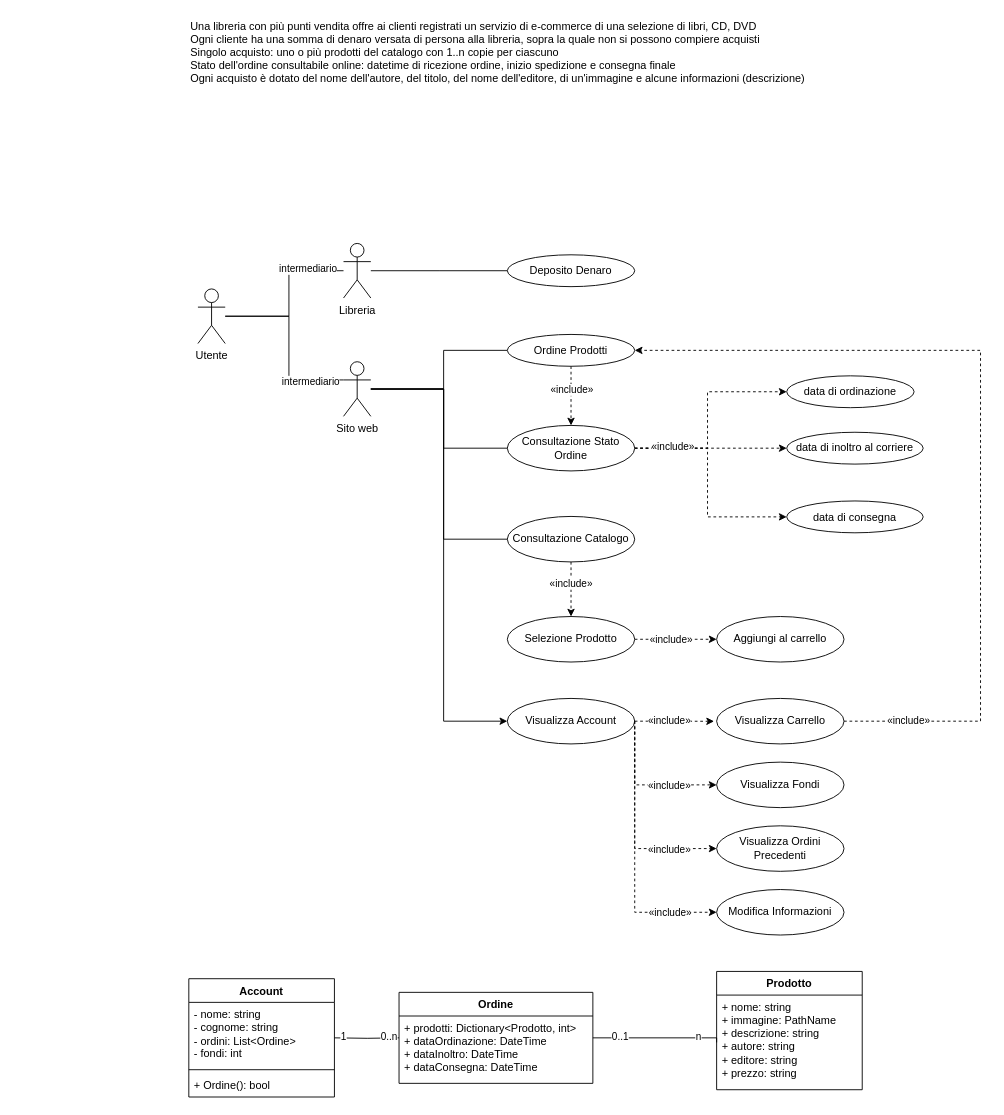
Above: UML_ECommerce.drawio in gifede/UML_6_10_2026 (draw.io), before the change. Source tidied: cells renumbered, new cells numbered last; positions are measured from the earlier drawing's top-left corner, leaving out a move shared by most shapes. Both pictures are drawn from the tidied source at 91%, with x=0, y=0 at pixel (188, 15).
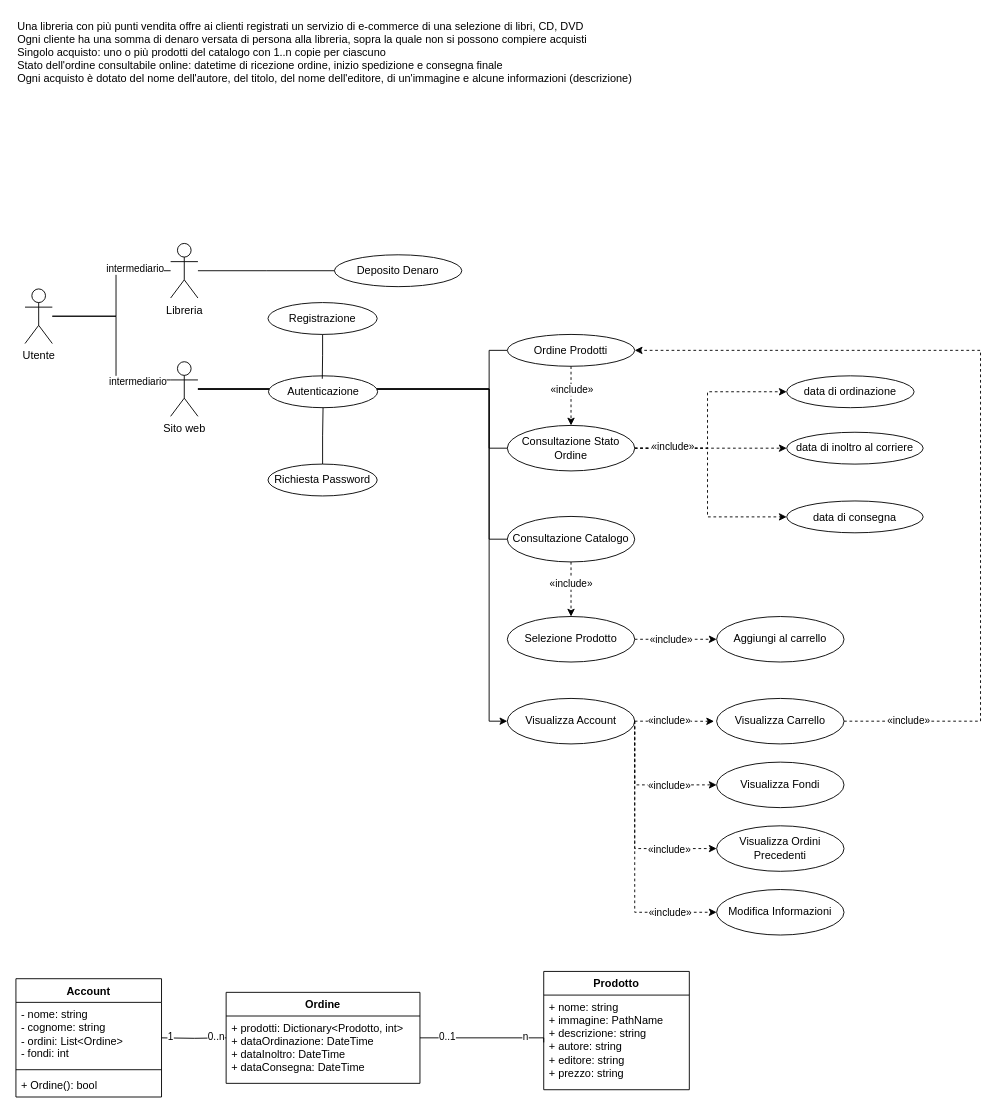
Above is the later version.

Unchanged cells that the change refers to:
```xml
<mxCell id="18" value="Ordine Prodotti" style="ellipse;whiteSpace=wrap;html=1;" parent="1" vertex="1">
  <mxGeometry x="350" y="350" width="140" height="35" as="geometry" />
</mxCell>
<mxCell id="23" value="Consultazione Stato Ordine" style="ellipse;whiteSpace=wrap;html=1;" parent="1" vertex="1">
  <mxGeometry x="350" y="450" width="140" height="50" as="geometry" />
</mxCell>
<mxCell id="26" value="Consultazione Catalogo" style="ellipse;whiteSpace=wrap;html=1;" parent="1" vertex="1">
  <mxGeometry x="350" y="550" width="140" height="50" as="geometry" />
</mxCell>
<mxCell id="28" value="&lt;div&gt;+ nome: string&lt;/div&gt;&lt;div&gt;+ immagine: PathName&lt;/div&gt;&lt;div&gt;+ descrizione: string&lt;/div&gt;&lt;div&gt;+ autore: string&lt;/div&gt;&lt;div&gt;+ editore: string&lt;/div&gt;&lt;div&gt;+ prezzo: string&lt;/div&gt;" style="text;strokeColor=none;fillColor=none;align=left;verticalAlign=top;spacingLeft=4;spacingRight=4;overflow=hidden;points=[[0,0.5],[1,0.5]];portConstraint=eastwest;whiteSpace=wrap;html=1;" parent="27" vertex="1">
  <mxGeometry y="26" width="160" height="104" as="geometry" />
</mxCell>
<mxCell id="50" value="Visualizza Account" style="ellipse;whiteSpace=wrap;html=1;" parent="1" vertex="1">
  <mxGeometry x="350" y="750" width="140" height="50" as="geometry" />
</mxCell>
```

What changed in the source:
```diff
@@
     <mxCell id="2" value="&lt;div align=&quot;left&quot;&gt;Una libreria con più punti vendita offre ai clienti registrati un servizio di e-commerce di una selezione di libri, CD, DVD&lt;/div&gt;&lt;div align=&quot;left&quot;&gt;Ogni cliente ha una somma di denaro versata di persona alla libreria, sopra la quale non si possono compiere acquisti&lt;/div&gt;&lt;div align=&quot;left&quot;&gt;Singolo acquisto: uno o più prodotti del catalogo con 1..n copie per ciascuno&lt;/div&gt;&lt;div align=&quot;left&quot;&gt;Stato dell'ordine consultabile online: datetime di ricezione ordine, inizio spedizione e consegna finale&lt;/div&gt;&lt;div align=&quot;left&quot;&gt;Ogni acquisto è dotato del nome dell'autore, del titolo, del nome dell'editore, di un'immagine e alcune informazioni (descrizione)&lt;/div&gt;" style="text;html=1;whiteSpace=wrap;strokeColor=none;fillColor=none;align=left;verticalAlign=middle;rounded=0;" parent="1" vertex="1">
-      <mxGeometry width="710" height="80" as="geometry" />
+      <mxGeometry x="-190" width="710" height="80" as="geometry" />
     </mxCell>
     <mxCell id="3" style="edgeStyle=orthogonalEdgeStyle;rounded=0;jettySize=auto;html=1;endArrow=none;endFill=0;" parent="1" edge="1" source="7" target="14">
       <mxGeometry relative="1" as="geometry">
         <Array as="points">
-          <mxPoint x="110" y="330" />
-          <mxPoint x="110" y="280" />
+          <mxPoint x="-80" y="330" />
+          <mxPoint x="-80" y="280" />
         </Array>
       </mxGeometry>
     </mxCell>
@@
     <mxCell id="5" style="edgeStyle=orthogonalEdgeStyle;rounded=0;jettySize=auto;html=1;endArrow=none;endFill=0;" parent="1" edge="1" source="7" target="12">
       <mxGeometry relative="1" as="geometry">
         <Array as="points">
-          <mxPoint x="110" y="330" />
-          <mxPoint x="110" y="400" />
+          <mxPoint x="-80" y="330" />
+          <mxPoint x="-80" y="400" />
         </Array>
       </mxGeometry>
     </mxCell>
@@
     <mxCell id="7" value="Utente" style="shape=umlActor;verticalLabelPosition=bottom;verticalAlign=top;html=1;" parent="1" vertex="1">
-      <mxGeometry x="10" y="300" width="30" height="60" as="geometry" />
+      <mxGeometry x="-180" y="300" width="30" height="60" as="geometry" />
     </mxCell>
     <mxCell id="8" style="edgeStyle=orthogonalEdgeStyle;rounded=0;jettySize=auto;html=1;entryX=0;entryY=0.5;entryDx=0;entryDy=0;endArrow=none;endFill=0;" parent="1" edge="1" source="12" target="18">
       <mxGeometry relative="1" as="geometry">
         <Array as="points">
-          <mxPoint x="280" y="410" />
-          <mxPoint x="280" y="367.5" />
+          <mxPoint x="330" y="410" />
+          <mxPoint x="330" y="367.5" />
         </Array>
       </mxGeometry>
     </mxCell>
     <mxCell id="9" style="edgeStyle=orthogonalEdgeStyle;rounded=0;jettySize=auto;html=1;entryX=0;entryY=0.5;entryDx=0;entryDy=0;endArrow=none;endFill=0;" parent="1" edge="1" source="12" target="23">
       <mxGeometry relative="1" as="geometry">
         <Array as="points">
-          <mxPoint x="280" y="410" />
-          <mxPoint x="280" y="475" />
+          <mxPoint x="330" y="410" />
+          <mxPoint x="330" y="475" />
         </Array>
       </mxGeometry>
     </mxCell>
     <mxCell id="10" style="edgeStyle=orthogonalEdgeStyle;rounded=0;jettySize=auto;html=1;entryX=0;entryY=0.5;entryDx=0;entryDy=0;endArrow=none;endFill=0;" parent="1" edge="1" source="12" target="26">
       <mxGeometry relative="1" as="geometry">
         <Array as="points">
-          <mxPoint x="280" y="410" />
-          <mxPoint x="280" y="575" />
+          <mxPoint x="330" y="410" />
+          <mxPoint x="330" y="575" />
         </Array>
       </mxGeometry>
     </mxCell>
     <mxCell id="11" style="edgeStyle=orthogonalEdgeStyle;rounded=0;jettySize=auto;html=1;entryX=0;entryY=0.5;entryDx=0;entryDy=0;" parent="1" edge="1" source="12" target="50">
       <mxGeometry relative="1" as="geometry">
         <Array as="points">
-          <mxPoint x="280" y="410" />
-          <mxPoint x="280" y="775" />
+          <mxPoint x="330" y="410" />
+          <mxPoint x="330" y="775" />
         </Array>
       </mxGeometry>
     </mxCell>
     <mxCell id="12" value="Sito web" style="shape=umlActor;verticalLabelPosition=bottom;verticalAlign=top;html=1;" parent="1" vertex="1">
-      <mxGeometry x="170" y="380" width="30" height="60" as="geometry" />
+      <mxGeometry x="-20" y="380" width="30" height="60" as="geometry" />
     </mxCell>
     <mxCell id="13" style="edgeStyle=orthogonalEdgeStyle;rounded=0;jettySize=auto;html=1;endArrow=none;endFill=0;" parent="1" edge="1" source="14">
       <mxGeometry relative="1" as="geometry">
-        <mxPoint x="350" y="280" as="targetPoint" />
+        <mxPoint x="160" y="280" as="targetPoint" />
       </mxGeometry>
     </mxCell>
     <mxCell id="14" value="Libreria" style="shape=umlActor;verticalLabelPosition=bottom;verticalAlign=top;html=1;" parent="1" vertex="1">
-      <mxGeometry x="170" y="250" width="30" height="60" as="geometry" />
+      <mxGeometry x="-20" y="250" width="30" height="60" as="geometry" />
     </mxCell>
     <mxCell id="15" value="Deposito Denaro" style="ellipse;whiteSpace=wrap;html=1;" parent="1" vertex="1">
-      <mxGeometry x="350" y="262.5" width="140" height="35" as="geometry" />
+      <mxGeometry x="160" y="262.5" width="140" height="35" as="geometry" />
     </mxCell>
@@
     <mxCell id="27" value="Prodotto" style="swimlane;fontStyle=1;align=center;verticalAlign=top;horizontal=1;startSize=26;whiteSpace=wrap;html=1;" parent="1" vertex="1">
-      <mxGeometry x="580" y="1050" width="160" height="130" as="geometry" />
+      <mxGeometry x="390" y="1050" width="160" height="130" as="geometry" />
     </mxCell>
@@
     <mxCell id="29" style="edgeStyle=orthogonalEdgeStyle;rounded=0;jettySize=auto;html=1;exitX=1;exitY=0.5;exitDx=0;exitDy=0;entryX=0;entryY=0.5;entryDx=0;entryDy=0;endArrow=none;endFill=0;" parent="1" edge="1" source="32" target="28">
       <mxGeometry x="0.01" relative="1" as="geometry">
         <Array as="points">
-          <mxPoint x="580" y="1123" />
+          <mxPoint x="390" y="1123" />
         </Array>
       </mxGeometry>
     </mxCell>
@@
     <mxCell id="32" value="Ordine" style="swimlane;fontStyle=1;align=center;verticalAlign=top;horizontal=1;startSize=26;whiteSpace=wrap;html=1;" parent="1" vertex="1">
-      <mxGeometry x="231" y="1073" width="213" height="100" as="geometry" />
+      <mxGeometry x="41" y="1073" width="213" height="100" as="geometry" />
     </mxCell>
@@
     <mxCell id="34" style="edgeStyle=orthogonalEdgeStyle;rounded=0;jettySize=auto;html=1;exitX=1;exitY=0.5;exitDx=0;exitDy=0;entryX=0;entryY=0.5;entryDx=0;entryDy=0;endArrow=none;endFill=0;" parent="1" edge="1" target="32">
       <mxGeometry relative="1" as="geometry">
-        <mxPoint x="160" y="1123" as="sourcePoint" />
+        <mxPoint x="-30" y="1123" as="sourcePoint" />
       </mxGeometry>
     </mxCell>
@@
     <mxCell id="37" value="Account" style="swimlane;fontStyle=1;align=center;verticalAlign=top;horizontal=1;startSize=26;whiteSpace=wrap;html=1;" parent="1" vertex="1">
-      <mxGeometry y="1058" width="160" height="130" as="geometry" />
+      <mxGeometry x="-190" y="1058" width="160" height="130" as="geometry" />
     </mxCell>
@@
+    <mxCell id="63" value="Autenticazione" style="ellipse;whiteSpace=wrap;html=1;shapeInside=1;" parent="1" vertex="1">
+      <mxGeometry x="87.5" y="395.5" width="120" height="35" as="geometry" />
+    </mxCell>
+    <mxCell id="64" style="edgeStyle=orthogonalEdgeStyle;rounded=0;jettySize=auto;html=1;entryX=0.5;entryY=1;entryDx=0;entryDy=0;defaultLabelBackgroundColor=gap;endArrow=none;endFill=0;" parent="1" edge="1" source="65" target="63">
+      <mxGeometry relative="1" as="geometry" />
+    </mxCell>
+    <mxCell id="65" value="Richiesta Password" style="ellipse;whiteSpace=wrap;html=1;shapeInside=1;" parent="1" vertex="1">
+      <mxGeometry x="87" y="492.5" width="120" height="35" as="geometry" />
+    </mxCell>
+    <mxCell id="66" value="Registrazione" style="ellipse;whiteSpace=wrap;html=1;shapeInside=1;" parent="1" vertex="1">
+      <mxGeometry x="87" y="315" width="120" height="35" as="geometry" />
+    </mxCell>
+    <mxCell id="67" style="edgeStyle=orthogonalEdgeStyle;rounded=0;jettySize=auto;html=1;entryX=0.493;entryY=0.092;entryDx=0;entryDy=0;entryPerimeter=0;defaultLabelBackgroundColor=gap;endArrow=none;endFill=0;" parent="1" edge="1" source="66" target="63">
+      <mxGeometry relative="1" as="geometry" />
+    </mxCell>
```
